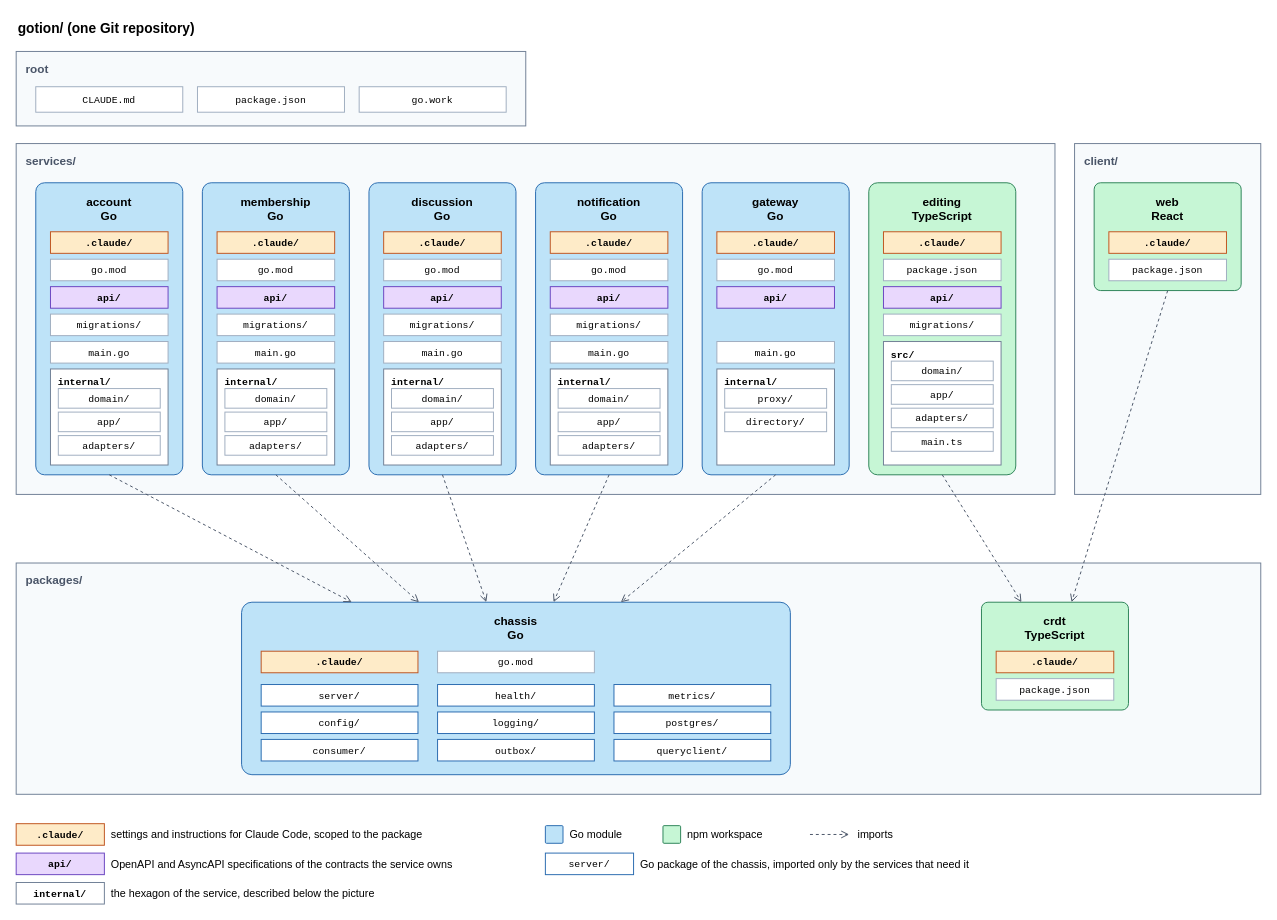
This is docs/assets/devops/monorepo.drawio from Bending-Forks/gotion, a draw.io file, before an edit. Source tidied: cells renumbered, new cells numbered last; positions are measured from the earlier drawing's top-left corner, leaving out a move shared by most shapes. Both pictures are drawn from the tidied source at 98%, with x=0, y=0 at pixel (16, 16).
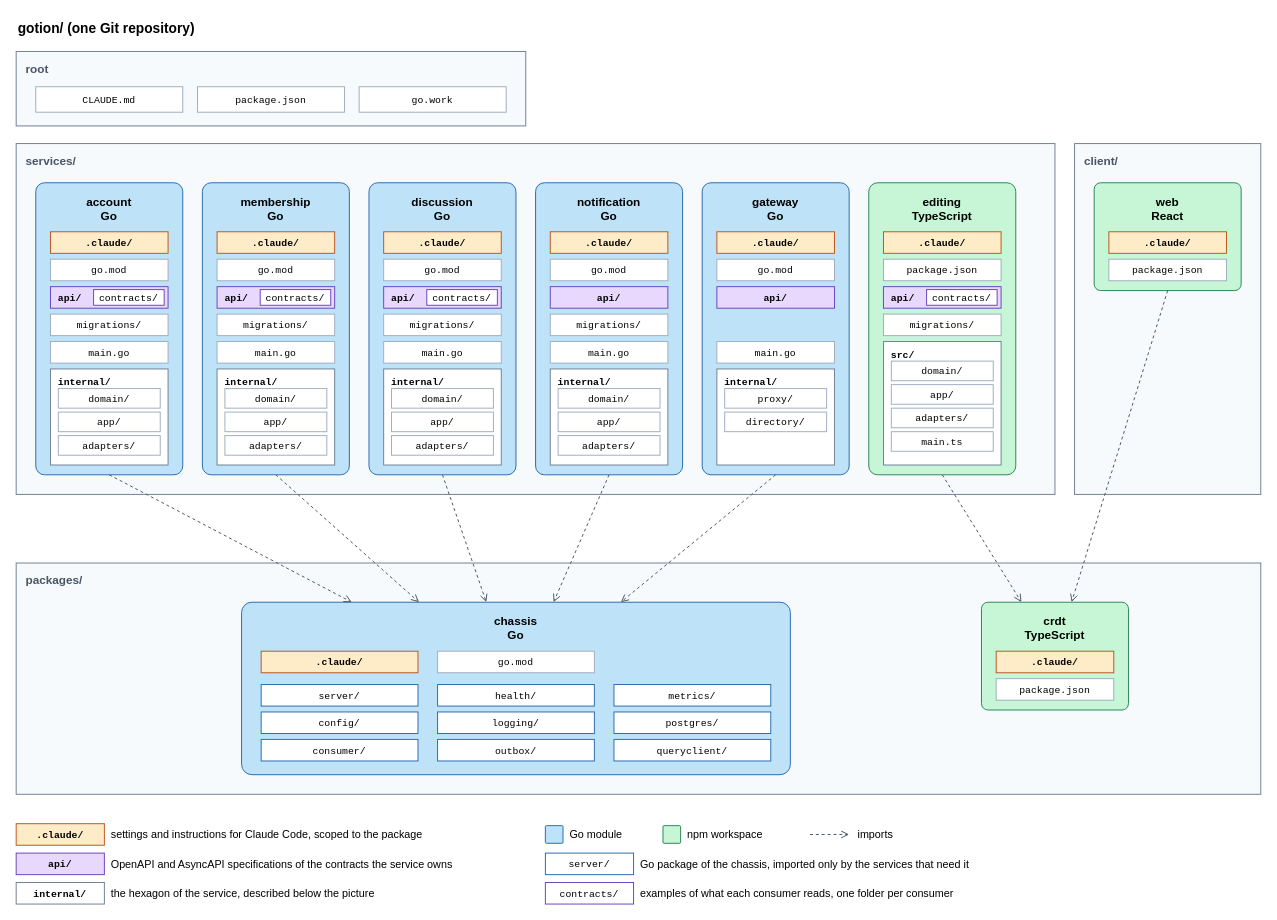
Above is the later version.

Commit message (it also covers changes not shown here):
docs: describe the consumer-driven contract tests

Diff of the diagram source:
```diff
@@
-    <mxCell id="11" value="api/" style="rounded=0;fillColor=#e9d8fd;strokeColor=#6b46c1;fontSize=10;fontStyle=1;fontFamily=Courier New;html=0;" parent="1" vertex="1">
+    <mxCell id="11" value="api/" style="rounded=0;fillColor=#e9d8fd;strokeColor=#6b46c1;fontSize=10;fontStyle=1;fontFamily=Courier New;align=left;spacingLeft=6;html=0;" parent="1" vertex="1">
       <mxGeometry x="35" y="276" width="120" height="22" as="geometry" />
     </mxCell>
+    <mxCell id="107" value="contracts/" style="rounded=0;fillColor=#ffffff;strokeColor=#6b46c1;fontSize=10;fontFamily=Courier New;html=0;" parent="1" vertex="1">
+      <mxGeometry x="79" y="279" width="72" height="16" as="geometry" />
+    </mxCell>
@@
-    <mxCell id="21" value="api/" style="rounded=0;fillColor=#e9d8fd;strokeColor=#6b46c1;fontSize=10;fontStyle=1;fontFamily=Courier New;html=0;" parent="1" vertex="1">
+    <mxCell id="21" value="api/" style="rounded=0;fillColor=#e9d8fd;strokeColor=#6b46c1;fontSize=10;fontStyle=1;fontFamily=Courier New;align=left;spacingLeft=6;html=0;" parent="1" vertex="1">
       <mxGeometry x="205" y="276" width="120" height="22" as="geometry" />
     </mxCell>
+    <mxCell id="108" value="contracts/" style="rounded=0;fillColor=#ffffff;strokeColor=#6b46c1;fontSize=10;fontFamily=Courier New;html=0;" parent="1" vertex="1">
+      <mxGeometry x="249" y="279" width="72" height="16" as="geometry" />
+    </mxCell>
@@
-    <mxCell id="31" value="api/" style="rounded=0;fillColor=#e9d8fd;strokeColor=#6b46c1;fontSize=10;fontStyle=1;fontFamily=Courier New;html=0;" parent="1" vertex="1">
+    <mxCell id="31" value="api/" style="rounded=0;fillColor=#e9d8fd;strokeColor=#6b46c1;fontSize=10;fontStyle=1;fontFamily=Courier New;align=left;spacingLeft=6;html=0;" parent="1" vertex="1">
       <mxGeometry x="375" y="276" width="120" height="22" as="geometry" />
     </mxCell>
+    <mxCell id="109" value="contracts/" style="rounded=0;fillColor=#ffffff;strokeColor=#6b46c1;fontSize=10;fontFamily=Courier New;html=0;" parent="1" vertex="1">
+      <mxGeometry x="419" y="279" width="72" height="16" as="geometry" />
+    </mxCell>
@@
-    <mxCell id="59" value="api/" style="rounded=0;fillColor=#e9d8fd;strokeColor=#6b46c1;fontSize=10;fontStyle=1;fontFamily=Courier New;html=0;" parent="1" vertex="1">
+    <mxCell id="59" value="api/" style="rounded=0;fillColor=#e9d8fd;strokeColor=#6b46c1;fontSize=10;fontStyle=1;fontFamily=Courier New;align=left;spacingLeft=6;html=0;" parent="1" vertex="1">
       <mxGeometry x="885" y="276" width="120" height="22" as="geometry" />
     </mxCell>
+    <mxCell id="110" value="contracts/" style="rounded=0;fillColor=#ffffff;strokeColor=#6b46c1;fontSize=10;fontFamily=Courier New;html=0;" parent="1" vertex="1">
+      <mxGeometry x="929" y="279" width="72" height="16" as="geometry" />
+    </mxCell>
@@
     <mxCell id="106" value="the hexagon of the service, described below the picture" style="text;align=left;verticalAlign=middle;fontSize=11;html=0;" parent="1" vertex="1">
-      <mxGeometry x="95" y="884" width="900" height="22" as="geometry" />
+      <mxGeometry x="95" y="884" width="420" height="22" as="geometry" />
     </mxCell>
+    <mxCell id="111" value="contracts/" style="rounded=0;fillColor=#ffffff;strokeColor=#6b46c1;fontSize=10;fontFamily=Courier New;html=0;" parent="1" vertex="1">
+      <mxGeometry x="540" y="884" width="90" height="22" as="geometry" />
+    </mxCell>
+    <mxCell id="112" value="examples of what each consumer reads, one folder per consumer" style="text;align=left;verticalAlign=middle;fontSize=11;html=0;" parent="1" vertex="1">
+      <mxGeometry x="635" y="884" width="460" height="22" as="geometry" />
+    </mxCell>
```
